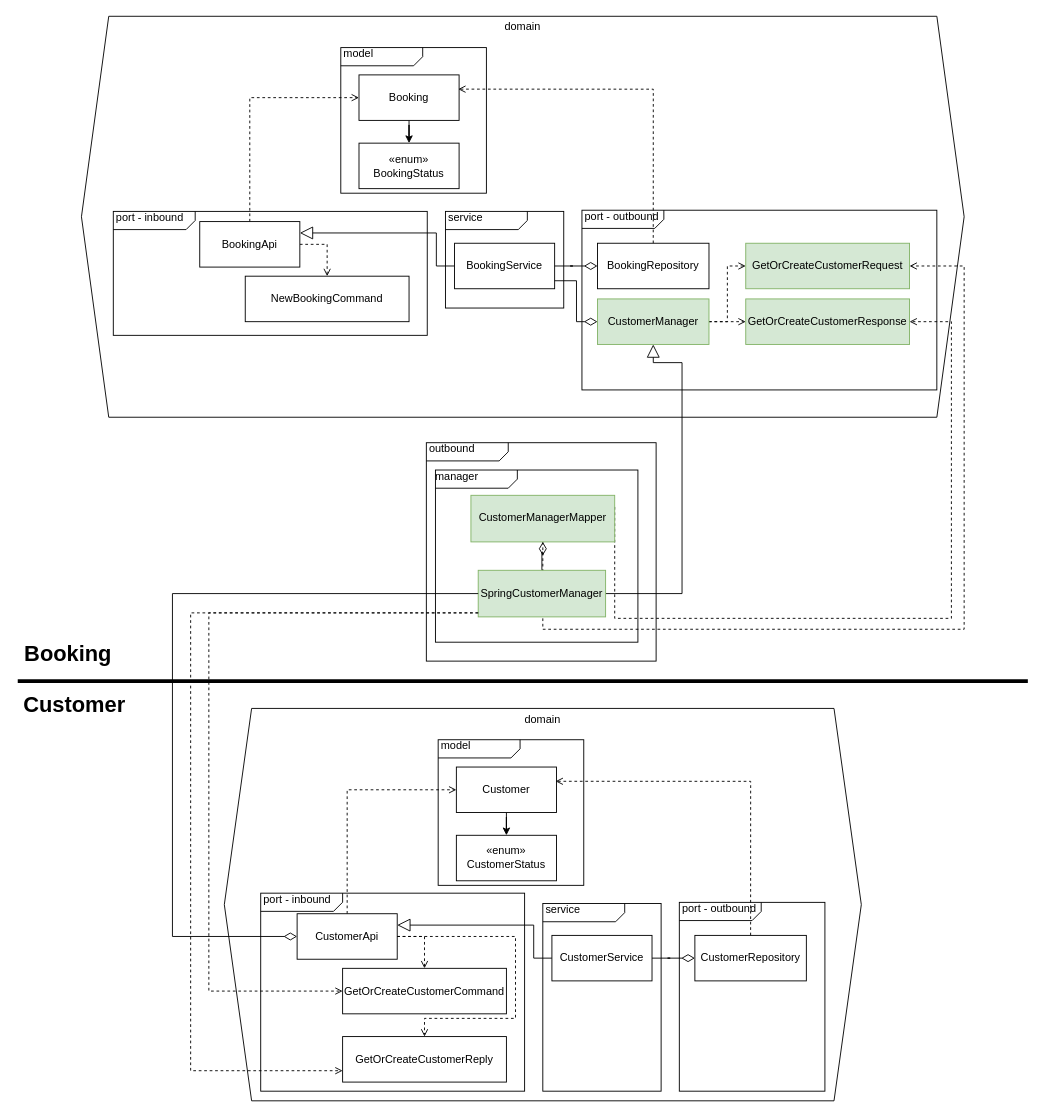
The draw.io diagram page "beginstaat-plus-booking" (9 of 10) of docs/assignment-diagrammen/diagrammen-verzameling.drawio in Quintor/hexagonal-architecture-workshop, before the edit. Source tidied: cells renumbered, new cells numbered last; positions are measured from the earlier drawing's top-left corner, leaving out a move shared by most shapes. Both pictures are drawn from the tidied source at 91%, with x=0, y=0 at pixel (17, 15).
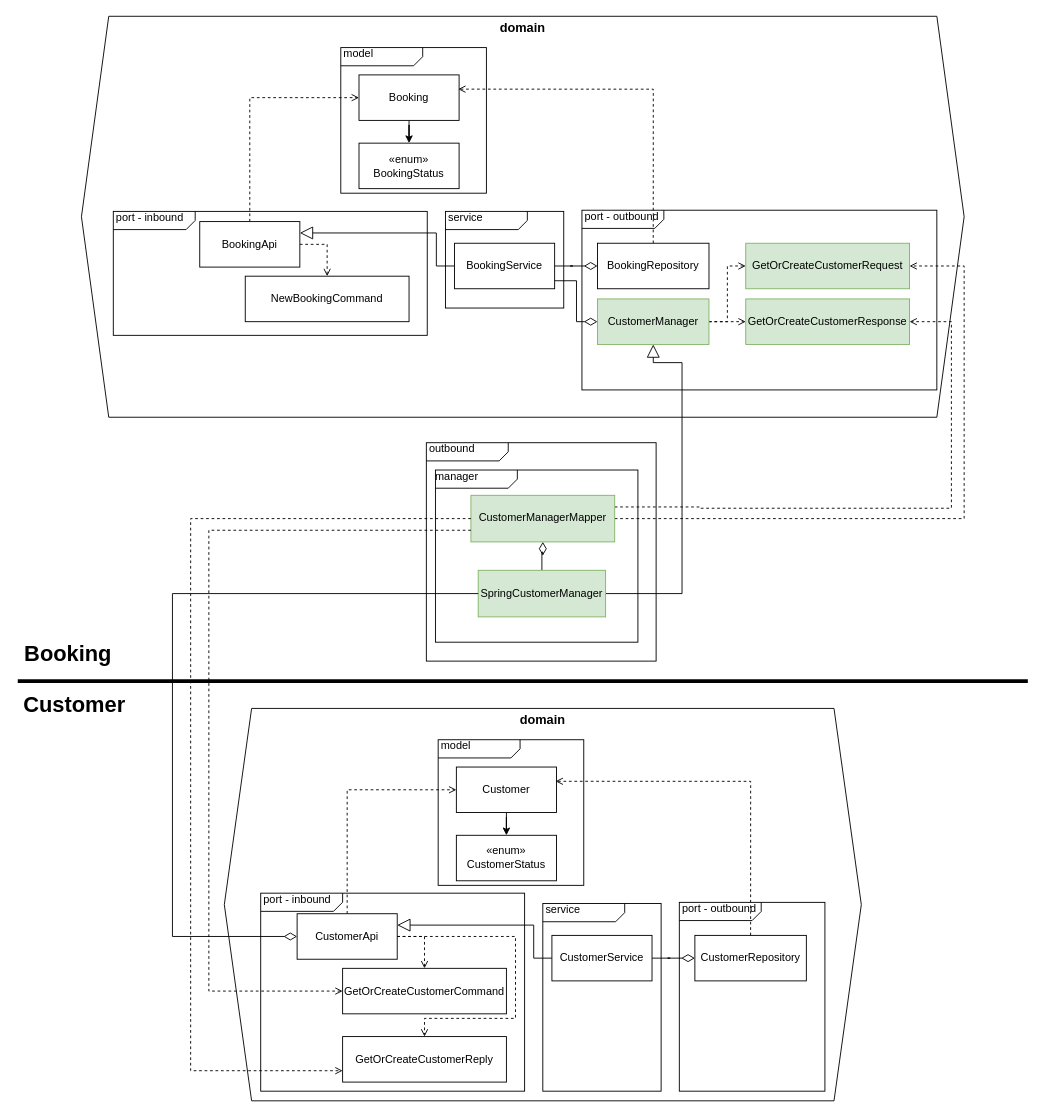
The same page after the edit.

Commit message (it also covers changes not shown here):
docs: update diagram 'beginstaat-plus-booking.drawio' (customermanagermapper lines)

Unchanged cells that the change refers to:
```xml
<mxCell id="23" value="CustomerManagerMapper" style="html=1;whiteSpace=wrap;fillColor=#d5e8d4;strokeColor=#82b366;" parent="1" vertex="1">
  <mxGeometry x="498" y="526.8" width="158" height="51.2" as="geometry" />
</mxCell>
<mxCell id="26" value="SpringCustomerManager" style="html=1;whiteSpace=wrap;fillColor=#d5e8d4;strokeColor=#82b366;" parent="1" vertex="1">
  <mxGeometry x="506" y="609.2" width="140" height="51.2" as="geometry" />
</mxCell>
<mxCell id="37" value="GetOrCreateCustomerCommand" style="html=1;whiteSpace=wrap;" parent="1" vertex="1">
  <mxGeometry x="357" y="1046.6" width="180" height="50" as="geometry" />
</mxCell>
<mxCell id="38" value="GetOrCreateCustomerReply" style="html=1;whiteSpace=wrap;" parent="1" vertex="1">
  <mxGeometry x="357" y="1121.6" width="180" height="50" as="geometry" />
</mxCell>
<mxCell id="50" value="GetOrCreateCustomerRequest" style="html=1;whiteSpace=wrap;fillColor=#d5e8d4;strokeColor=#82b366;" parent="1" vertex="1">
  <mxGeometry x="800" y="249.8" width="180" height="50" as="geometry" />
</mxCell>
<mxCell id="51" value="GetOrCreateCustomerResponse" style="html=1;whiteSpace=wrap;fillColor=#d5e8d4;strokeColor=#82b366;" parent="1" vertex="1">
  <mxGeometry x="800" y="311" width="180" height="50" as="geometry" />
</mxCell>
```

The edit, as a diff of the source:
```diff
@@
-    <mxCell id="2" value="domain" style="shape=hexagon;perimeter=hexagonPerimeter2;whiteSpace=wrap;html=1;fixedSize=1;align=center;verticalAlign=top;spacing=0;size=30;" parent="1" vertex="1">
+    <mxCell id="2" value="&lt;b&gt;&lt;font style=&quot;font-size: 14px;&quot;&gt;domain&lt;/font&gt;&lt;/b&gt;" style="shape=hexagon;perimeter=hexagonPerimeter2;whiteSpace=wrap;html=1;fixedSize=1;align=center;verticalAlign=top;spacing=0;size=30;fillColor=light-dark(#FFFFFF,#66B2FF);" parent="1" vertex="1">
       <mxGeometry x="70" y="0.4" width="970" height="440.6" as="geometry" />
     </mxCell>
@@
-    <mxCell id="21" style="edgeStyle=orthogonalEdgeStyle;rounded=0;jettySize=auto;html=1;entryX=1;entryY=0.5;entryDx=0;entryDy=0;dashed=1;endArrow=open;endFill=0;" parent="1" edge="1" source="23" target="50">
+    <mxCell id="21" style="edgeStyle=orthogonalEdgeStyle;rounded=0;jettySize=auto;html=1;entryX=1;entryY=0.5;entryDx=0;entryDy=0;dashed=1;endArrow=open;endFill=0;exitX=1;exitY=0.5;exitDx=0;exitDy=0;" parent="1" edge="1" source="23" target="50">
       <mxGeometry relative="1" as="geometry">
         <Array as="points">
-          <mxPoint x="1040" y="674" />
+          <mxPoint x="1040" y="552" />
           <mxPoint x="1040" y="275" />
         </Array>
       </mxGeometry>
     </mxCell>
     <mxCell id="22" style="edgeStyle=orthogonalEdgeStyle;rounded=0;jettySize=auto;html=1;entryX=1;entryY=0.5;entryDx=0;entryDy=0;dashed=1;endArrow=open;endFill=0;exitX=1;exitY=0.25;exitDx=0;exitDy=0;" parent="1" edge="1" source="23" target="51">
       <mxGeometry relative="1" as="geometry">
         <Array as="points">
-          <mxPoint x="1026" y="662" />
+          <mxPoint x="750" y="540" />
+          <mxPoint x="750" y="541" />
+          <mxPoint x="1026" y="541" />
           <mxPoint x="1026" y="336" />
         </Array>
       </mxGeometry>
     </mxCell>
@@
-    <mxCell id="27" value="domain" style="shape=hexagon;perimeter=hexagonPerimeter2;whiteSpace=wrap;html=1;fixedSize=1;align=center;verticalAlign=top;spacing=0;size=30;" parent="1" vertex="1">
+    <mxCell id="27" value="&lt;b&gt;&lt;font style=&quot;font-size: 14px;&quot;&gt;domain&lt;/font&gt;&lt;/b&gt;" style="shape=hexagon;perimeter=hexagonPerimeter2;whiteSpace=wrap;html=1;fixedSize=1;align=center;verticalAlign=top;spacing=0;size=30;fillColor=light-dark(#FFFFFF,#66B2FF);" parent="1" vertex="1">
       <mxGeometry x="227" y="761" width="700" height="431.2" as="geometry" />
     </mxCell>
@@
-    <mxCell id="52" style="edgeStyle=orthogonalEdgeStyle;rounded=0;jettySize=auto;html=1;entryX=0;entryY=0.5;entryDx=0;entryDy=0;dashed=1;endArrow=open;endFill=0;" parent="1" edge="1" source="26" target="37">
+    <mxCell id="52" style="edgeStyle=orthogonalEdgeStyle;rounded=0;jettySize=auto;html=1;entryX=0;entryY=0.5;entryDx=0;entryDy=0;dashed=1;endArrow=open;endFill=0;exitX=0;exitY=0.75;exitDx=0;exitDy=0;" parent="1" edge="1" source="23" target="37">
       <mxGeometry relative="1" as="geometry">
         <Array as="points">
-          <mxPoint x="210" y="656" />
+          <mxPoint x="210" y="565" />
           <mxPoint x="210" y="1072" />
         </Array>
       </mxGeometry>
     </mxCell>
-    <mxCell id="53" style="edgeStyle=orthogonalEdgeStyle;rounded=0;jettySize=auto;html=1;entryX=0;entryY=0.75;entryDx=0;entryDy=0;dashed=1;endArrow=open;endFill=0;" parent="1" edge="1" source="26" target="38">
+    <mxCell id="53" style="edgeStyle=orthogonalEdgeStyle;rounded=0;jettySize=auto;html=1;entryX=0;entryY=0.75;entryDx=0;entryDy=0;dashed=1;endArrow=open;endFill=0;exitX=0;exitY=0.5;exitDx=0;exitDy=0;" parent="1" edge="1" source="23" target="38">
       <mxGeometry relative="1" as="geometry">
         <Array as="points">
-          <mxPoint x="190" y="656" />
+          <mxPoint x="190" y="552" />
           <mxPoint x="190" y="1159" />
         </Array>
       </mxGeometry>
     </mxCell>
```
